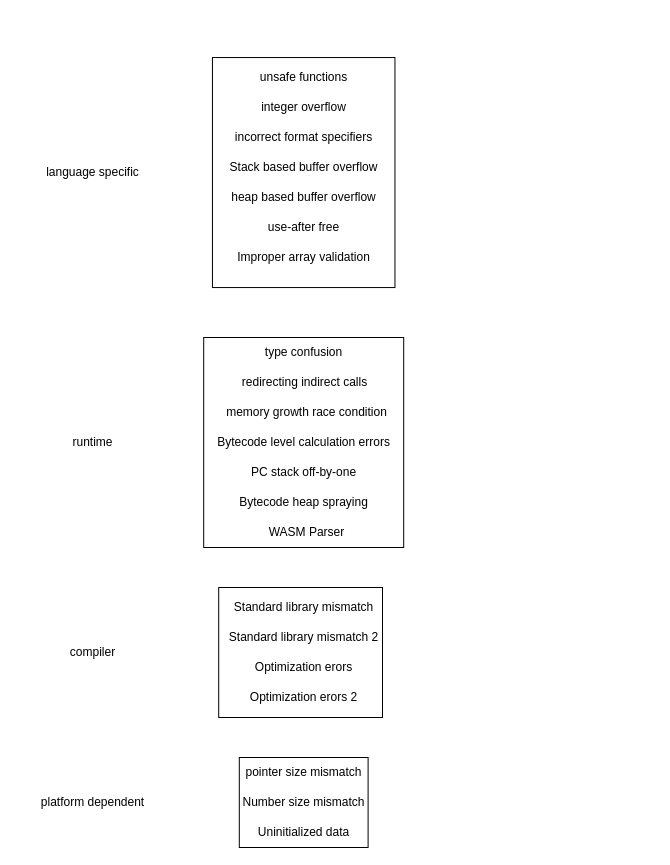
The draw.io diagram Untitled Diagram.drawio in PieterMaes/brol, before the edit. Source tidied: cells renumbered, new cells numbered last; positions are measured from the earlier drawing's top-left corner, leaving out a move shared by most shapes. Both pictures are drawn from the tidied source at 100%, with x=0, y=0 at pixel (27, 57).
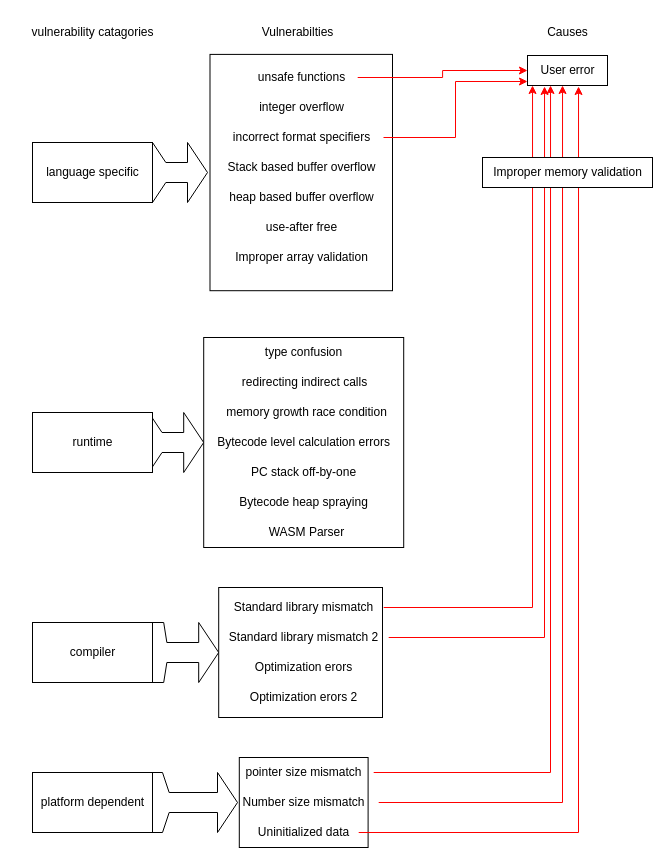
The same page after the edit.

The change refers to these unchanged cells:
```xml
<mxCell id="24" value="Standard library mismatch" style="text;html=1;align=center;verticalAlign=middle;points=[];strokeColor=none;fillColor=none;" parent="22" vertex="1">
  <mxGeometry x="5" y="5" width="160" height="30" as="geometry" />
</mxCell>
<mxCell id="25" value="Standard library mismatch 2" style="text;html=1;align=center;verticalAlign=middle;points=[];strokeColor=none;fillColor=none;" parent="22" vertex="1">
  <mxGeometry y="35" width="170" height="30" as="geometry" />
</mxCell>
<mxCell id="31" value="&lt;div&gt;pointer size mismatch&lt;/div&gt;" style="text;html=1;align=center;verticalAlign=middle;points=[];strokeColor=none;fillColor=none;" parent="29" vertex="1">
  <mxGeometry x="5" width="140" height="30" as="geometry" />
</mxCell>
<mxCell id="32" value="Number size mismatch" style="text;html=1;align=center;verticalAlign=middle;points=[];strokeColor=none;fillColor=none;" parent="29" vertex="1">
  <mxGeometry y="30" width="150" height="30" as="geometry" />
</mxCell>
<mxCell id="33" value="&lt;div&gt;Uninitialized data&lt;/div&gt;" style="text;html=1;align=center;verticalAlign=middle;points=[];strokeColor=none;fillColor=none;" parent="29" vertex="1">
  <mxGeometry x="20" y="60" width="110" height="30" as="geometry" />
</mxCell>
```

Diff of the diagram source:
```diff
@@
+    <mxCell id="35" style="html=1;shadow=0;dashed=0;align=center;verticalAlign=middle;shape=mxgraph.arrows2.tailedNotchedArrow;dy1=10;dx1=20;notch=20;arrowHead=20;dx2=25;dy2=30;" parent="1" vertex="1">
+      <mxGeometry x="96.2" y="355" width="80" height="60" as="geometry" />
+    </mxCell>
+    <mxCell id="36" style="html=1;shadow=0;dashed=0;align=center;verticalAlign=middle;shape=mxgraph.arrows2.tailedNotchedArrow;dy1=10;dx1=20;notch=4.75;arrowHead=20;dx2=25;dy2=30;" parent="1" vertex="1">
+      <mxGeometry x="111.2" y="565" width="80" height="60" as="geometry" />
+    </mxCell>
+    <mxCell id="37" style="html=1;shadow=0;dashed=0;align=center;verticalAlign=middle;shape=mxgraph.arrows2.tailedNotchedArrow;dy1=10;dx1=20;notch=10;arrowHead=20;dx2=25;dy2=30;" parent="1" vertex="1">
+      <mxGeometry x="110" y="720" width="100" height="50" as="geometry" />
+    </mxCell>
+    <mxCell id="38" style="html=1;shadow=0;dashed=0;align=center;verticalAlign=middle;shape=mxgraph.arrows2.tailedNotchedArrow;dy1=10;dx1=20;notch=20;arrowHead=20;dx2=25;dy2=30;" parent="1" vertex="1">
+      <mxGeometry x="100" y="85" width="80" height="60" as="geometry" />
+    </mxCell>
+    <mxCell id="39" style="rounded=0;whiteSpace=wrap;html=1;" parent="1" vertex="1">
+      <mxGeometry x="5" y="715" width="120" height="60" as="geometry" />
+    </mxCell>
+    <mxCell id="40" style="rounded=0;whiteSpace=wrap;html=1;" parent="1" vertex="1">
+      <mxGeometry x="5" y="565" width="120" height="60" as="geometry" />
+    </mxCell>
+    <mxCell id="41" style="rounded=0;whiteSpace=wrap;html=1;" parent="1" vertex="1">
+      <mxGeometry x="5" y="355" width="120" height="60" as="geometry" />
+    </mxCell>
+    <mxCell id="42" style="rounded=0;whiteSpace=wrap;html=1;" parent="1" vertex="1">
+      <mxGeometry x="5" y="85" width="120" height="60" as="geometry" />
+    </mxCell>
     <mxCell id="2" style="group;" parent="1" vertex="1">
-      <mxGeometry x="185" width="182.5" height="230" as="geometry" />
+      <mxGeometry x="180" width="187.5" height="230" as="geometry" />
     </mxCell>
     <mxCell id="3" style="rounded=0;whiteSpace=wrap;html=1;rotation=90;" parent="2" vertex="1">
-      <mxGeometry x="-23.8" y="23.8" width="230" height="182.5" as="geometry" />
+      <mxGeometry x="-24.4" y="23.8" width="236.3" height="182.5" as="geometry" />
     </mxCell>
     <mxCell id="4" value="&lt;div&gt;unsafe functions &lt;br&gt;&lt;/div&gt;" style="text;html=1;align=center;verticalAlign=middle;points=[];strokeColor=none;fillColor=none;" parent="2" vertex="1">
-      <mxGeometry x="36.2" y="5" width="110" height="30" as="geometry" />
+      <mxGeometry x="37.2" y="5" width="113" height="30" as="geometry" />
     </mxCell>
     <mxCell id="5" value="&lt;div&gt;integer overflow&lt;/div&gt;" style="text;html=1;align=center;verticalAlign=middle;strokeColor=none;fillColor=none;" parent="2" vertex="1">
-      <mxGeometry x="36.2" y="35" width="110" height="30" as="geometry" />
+      <mxGeometry x="37.2" y="35" width="113" height="30" as="geometry" />
     </mxCell>
     <mxCell id="6" value="incorrect format specifiers" style="text;html=1;align=center;verticalAlign=middle;points=[];strokeColor=none;fillColor=none;" parent="2" vertex="1">
-      <mxGeometry x="11.2" y="65" width="160" height="30" as="geometry" />
+      <mxGeometry x="11.6" y="65" width="164.4" height="30" as="geometry" />
     </mxCell>
     <mxCell id="7" value="&lt;div&gt;Stack based buffer overflow&lt;/div&gt;" style="text;html=1;align=center;verticalAlign=middle;strokeColor=none;fillColor=none;" parent="2" vertex="1">
-      <mxGeometry x="6.2" y="95" width="170" height="30" as="geometry" />
+      <mxGeometry x="6.4" y="95" width="174.7" height="30" as="geometry" />
     </mxCell>
     <mxCell id="8" value="&lt;div&gt;heap based buffer overflow&lt;/div&gt;" style="text;html=1;align=center;verticalAlign=middle;strokeColor=none;fillColor=none;" parent="2" vertex="1">
-      <mxGeometry x="6.2" y="125" width="170" height="30" as="geometry" />
+      <mxGeometry x="6.4" y="125" width="174.7" height="30" as="geometry" />
     </mxCell>
     <mxCell id="9" value="&lt;div&gt;use-after free&lt;/div&gt;" style="text;html=1;align=center;verticalAlign=middle;strokeColor=none;fillColor=none;" parent="2" vertex="1">
-      <mxGeometry x="46.2" y="155" width="90" height="30" as="geometry" />
+      <mxGeometry x="47.5" y="155" width="92.5" height="30" as="geometry" />
     </mxCell>
     <mxCell id="10" value="Improper array validation" style="text;html=1;align=center;verticalAlign=middle;strokeColor=none;fillColor=none;" parent="2" vertex="1">
-      <mxGeometry x="11.2" y="185" width="160" height="30" as="geometry" />
+      <mxGeometry x="11.6" y="185" width="164.4" height="30" as="geometry" />
     </mxCell>
@@
+    <mxCell id="43" value="&lt;div&gt;vulnerability catagories&lt;/div&gt;" style="text;html=1;align=center;verticalAlign=middle;strokeColor=none;fillColor=none;" parent="1" vertex="1">
+      <mxGeometry x="-10" y="-40" width="150" height="30" as="geometry" />
+    </mxCell>
+    <mxCell id="44" value="Vulnerabilties" style="text;html=1;align=center;verticalAlign=middle;strokeColor=none;fillColor=none;" parent="1" vertex="1">
+      <mxGeometry x="225" y="-40" width="90" height="30" as="geometry" />
+    </mxCell>
+    <mxCell id="45" value="Causes" style="text;html=1;align=center;verticalAlign=middle;strokeColor=none;fillColor=none;" parent="1" vertex="1">
+      <mxGeometry x="510" y="-40" width="60" height="30" as="geometry" />
+    </mxCell>
+    <mxCell id="46" value="&lt;div&gt;User error&lt;/div&gt;" style="text;html=1;align=center;verticalAlign=middle;points=[];strokeColor=default;fillColor=none;" parent="1" vertex="1">
+      <mxGeometry x="500" y="-2" width="80" height="30" as="geometry" />
+    </mxCell>
+    <mxCell id="47" style="edgeStyle=orthogonalEdgeStyle;rounded=0;jettySize=auto;html=1;strokeColor=#FF0000;" parent="1" edge="1" source="4" target="46">
+      <mxGeometry relative="1" as="geometry" />
+    </mxCell>
+    <mxCell id="48" style="edgeStyle=orthogonalEdgeStyle;rounded=0;jettySize=auto;html=1;entryX=0;entryY=0.867;entryDx=0;entryDy=0;entryPerimeter=0;strokeColor=#FF0000;" parent="1" edge="1" source="6" target="46">
+      <mxGeometry relative="1" as="geometry" />
+    </mxCell>
+    <mxCell id="49" style="edgeStyle=orthogonalEdgeStyle;rounded=0;jettySize=auto;html=1;entryX=0.063;entryY=1;entryDx=0;entryDy=0;entryPerimeter=0;strokeColor=#FF0000;" parent="1" edge="1" source="24" target="46">
+      <mxGeometry relative="1" as="geometry" />
+    </mxCell>
+    <mxCell id="50" style="edgeStyle=orthogonalEdgeStyle;rounded=0;jettySize=auto;html=1;entryX=0.213;entryY=1.033;entryDx=0;entryDy=0;entryPerimeter=0;strokeColor=#FF0000;" parent="1" edge="1" source="25" target="46">
+      <mxGeometry relative="1" as="geometry" />
+    </mxCell>
+    <mxCell id="51" style="edgeStyle=orthogonalEdgeStyle;rounded=0;jettySize=auto;html=1;entryX=0.288;entryY=1;entryDx=0;entryDy=0;entryPerimeter=0;strokeColor=#FF0000;" parent="1" edge="1" source="31" target="46">
+      <mxGeometry relative="1" as="geometry" />
+    </mxCell>
+    <mxCell id="52" style="edgeStyle=orthogonalEdgeStyle;rounded=0;jettySize=auto;html=1;entryX=0.438;entryY=1;entryDx=0;entryDy=0;entryPerimeter=0;strokeColor=#FF0000;" parent="1" edge="1" source="32" target="46">
+      <mxGeometry relative="1" as="geometry" />
+    </mxCell>
+    <mxCell id="53" style="edgeStyle=orthogonalEdgeStyle;rounded=0;jettySize=auto;html=1;entryX=0.638;entryY=1.033;entryDx=0;entryDy=0;entryPerimeter=0;strokeColor=#FF0000;" parent="1" edge="1" source="33" target="46">
+      <mxGeometry relative="1" as="geometry" />
+    </mxCell>
+    <mxCell id="54" value="Improper memory validation" style="text;html=1;align=center;verticalAlign=middle;fillColor=default;strokeColor=default;" parent="1" vertex="1">
+      <mxGeometry x="455" y="100" width="170" height="30" as="geometry" />
+    </mxCell>
```
